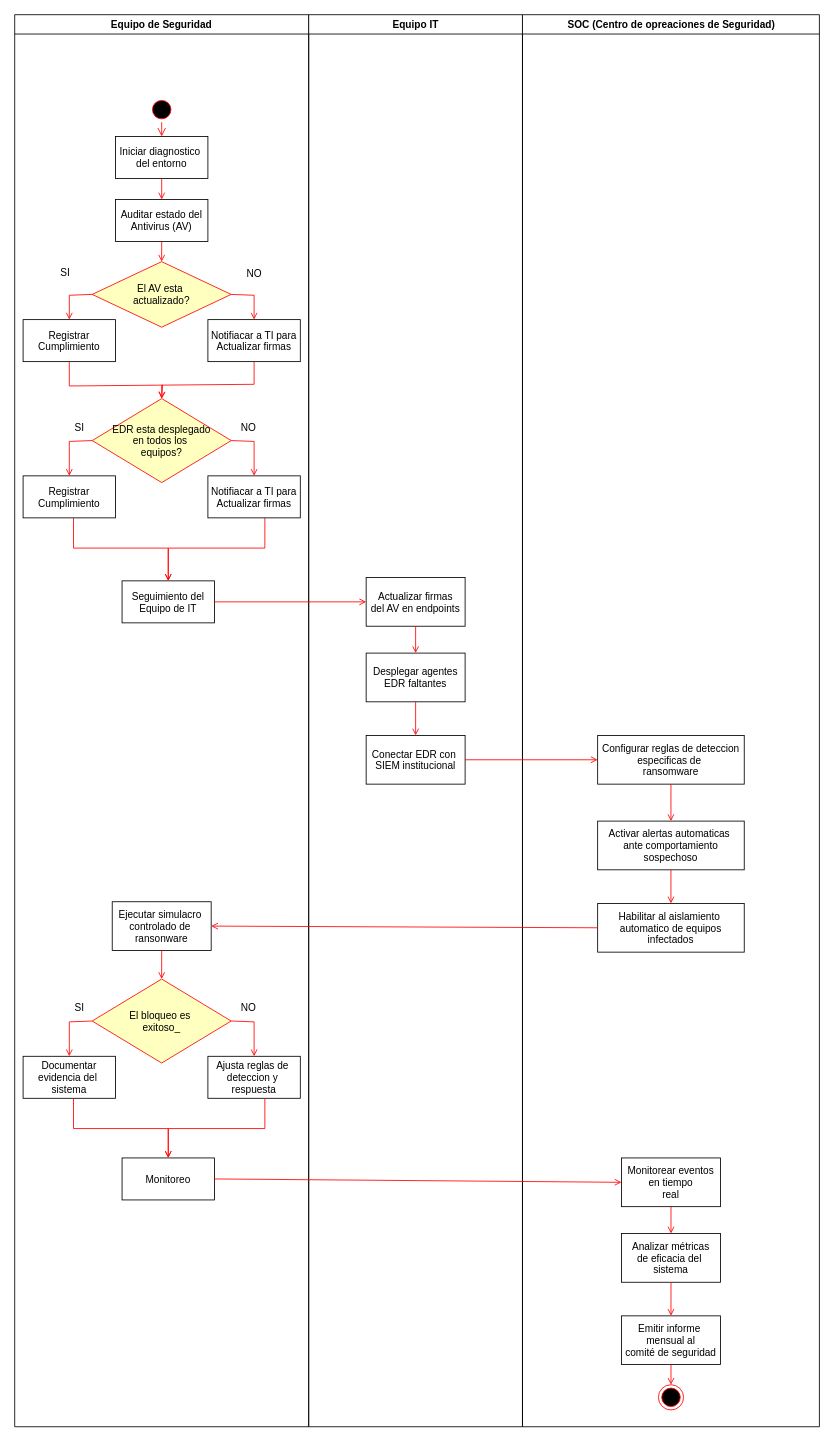
Earlier version of the draw.io diagram CMMI AV DR.drawio (NealD00/Diagramin). Source tidied: cells renumbered, new cells numbered last; positions are measured from the earlier drawing's top-left corner, leaving out a move shared by most shapes. Both pictures are drawn from the tidied source at 84%, with x=0, y=0 at pixel (14, 14).
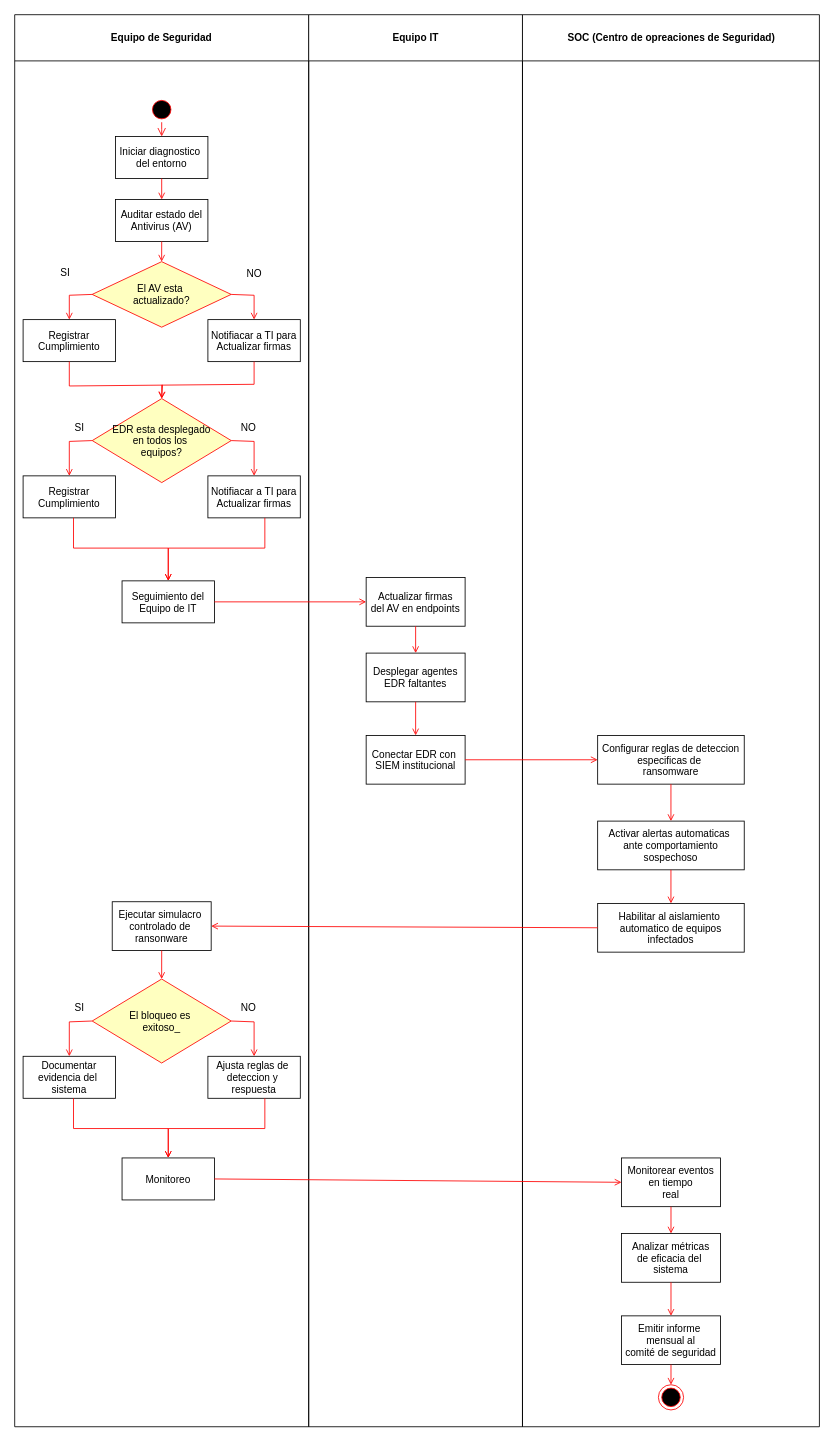
After the change.

Diff of the diagram source:
```diff
@@
-    <mxCell id="2" value="Equipo de Seguridad" style="swimlane;whiteSpace=wrap;startSize=23;" parent="1" vertex="1">
+    <mxCell id="2" value="Equipo de Seguridad" style="swimlane;whiteSpace=wrap;startSize=55;" parent="1" vertex="1">
       <mxGeometry width="350" height="1681" as="geometry" />
     </mxCell>
@@
-    <mxCell id="40" value="Equipo IT" style="swimlane;whiteSpace=wrap;" parent="1" vertex="1">
+    <mxCell id="40" value="Equipo IT" style="swimlane;whiteSpace=wrap;startSize=55;" parent="1" vertex="1">
       <mxGeometry x="350" width="254.5" height="1681" as="geometry" />
     </mxCell>
@@
-    <mxCell id="46" value="SOC (Centro de opreaciones de Seguridad)" style="swimlane;whiteSpace=wrap;" parent="1" vertex="1">
+    <mxCell id="46" value="SOC (Centro de opreaciones de Seguridad)" style="swimlane;whiteSpace=wrap;startSize=55;" parent="1" vertex="1">
       <mxGeometry x="604.5" width="353.5" height="1681" as="geometry" />
     </mxCell>
```
